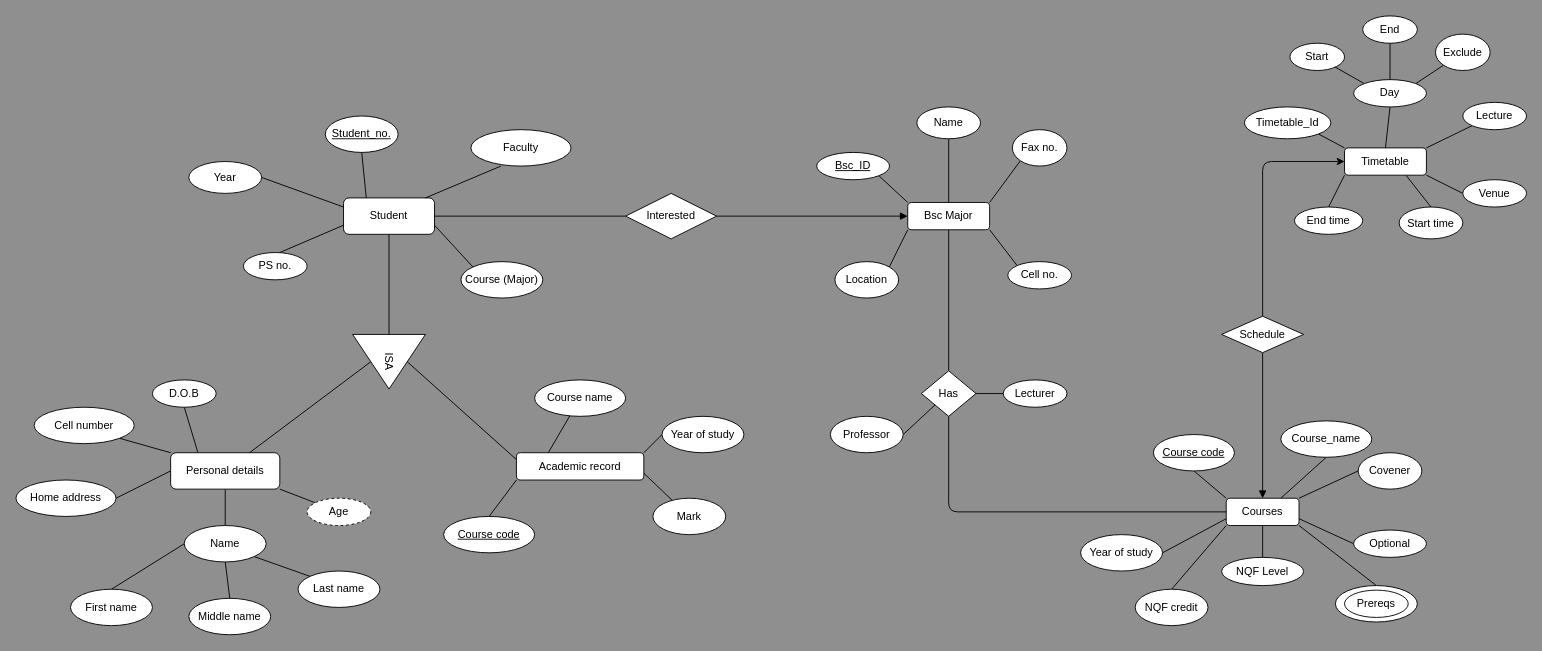
This is uml/CSC_Assigment.drawio from contawo/er_database_client, a draw.io file, before an edit. Source tidied: cells renumbered, new cells numbered last; positions are measured from the earlier drawing's top-left corner, leaving out a move shared by most shapes. Both pictures are drawn from the tidied source at 91%, with x=0, y=0 at pixel (15, 15).
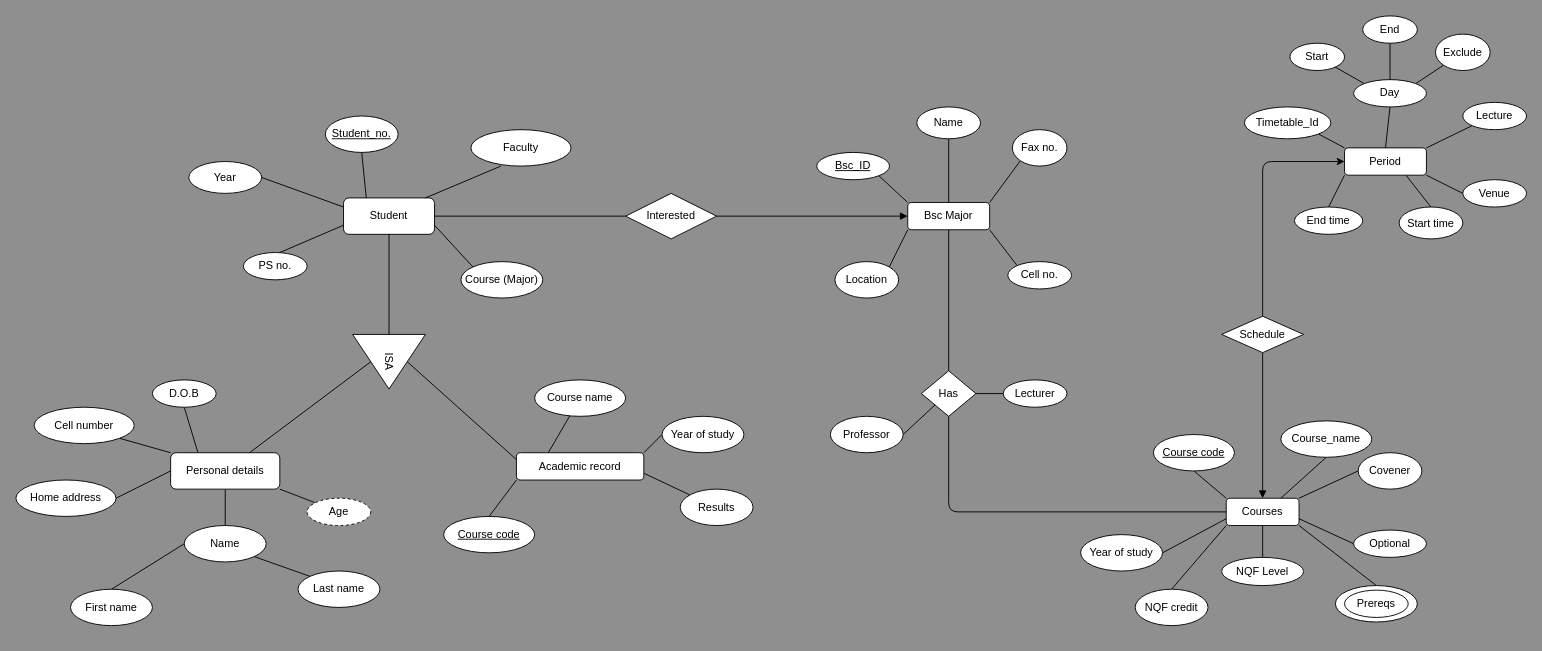
The same page after the edit.

The change refers to these unchanged cells:
```xml
<mxCell id="32" value="Name" style="ellipse;whiteSpace=wrap;html=1;" parent="1" vertex="1">
  <mxGeometry x="185" y="560" width="90" height="40" as="geometry" />
</mxCell>
```

The edit, as a diff of the source:
```diff
@@
-    <mxCell id="27" value="Middle name" style="ellipse;whiteSpace=wrap;html=1;" parent="1" vertex="1">
-      <mxGeometry x="190" y="640" width="90" height="40" as="geometry" />
-    </mxCell>
@@
-    <mxCell id="30" style="edgeStyle=none;html=1;exitX=0.5;exitY=1;exitDx=0;exitDy=0;entryX=0.5;entryY=0;entryDx=0;entryDy=0;endArrow=none;endFill=0;" parent="1" edge="1" source="32" target="27">
-      <mxGeometry relative="1" as="geometry" />
-    </mxCell>
@@
-    <mxCell id="42" value="Mark" style="ellipse;whiteSpace=wrap;html=1;" parent="1" vertex="1">
-      <mxGeometry x="700" y="530" width="80" height="40" as="geometry" />
+    <mxCell id="42" value="Results" style="ellipse;whiteSpace=wrap;html=1;" parent="1" vertex="1">
+      <mxGeometry x="730" y="520" width="80" height="40" as="geometry" />
     </mxCell>
@@
-    <mxCell id="87" value="Timetable" style="rounded=1;whiteSpace=wrap;html=1;" parent="1" vertex="1">
+    <mxCell id="87" value="Period" style="rounded=1;whiteSpace=wrap;html=1;" parent="1" vertex="1">
       <mxGeometry x="1460" y="145" width="90" height="30" as="geometry" />
     </mxCell>
```
